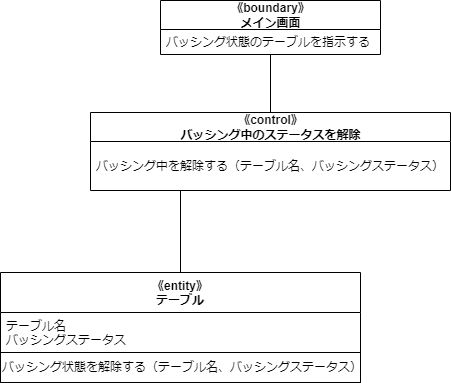
MasakiHiguchi/--- keeps this draw.io diagram as psp4/分析モデルのクラス図/分析モデルクラス図_バッシング.drawio.png. Above is the earlier version. Source tidied: cells renumbered, new cells last; positions are measured from the earlier drawing's top-left corner, leaving out a move shared by most shapes.
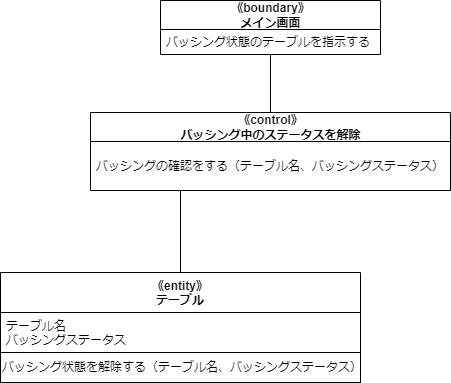
After the change.

Change to the diagram source:
```diff
@@ -14,7 +14,7 @@
     <mxCell id="5" value="《control》&lt;br&gt;バッシング中のステータスを解除" style="swimlane;fontStyle=1;align=center;verticalAlign=middle;horizontal=1;startSize=29;html=1;" parent="1" vertex="1">
       <mxGeometry x="90" y="112" width="360" height="78" as="geometry" />
     </mxCell>
-    <mxCell id="6" value="バッシング中を解除する（テーブル名、バッシングステータス）" style="text;html=1;strokeColor=none;fillColor=none;align=left;verticalAlign=middle;spacingLeft=4;spacingRight=4;overflow=hidden;" parent="5" vertex="1">
+    <mxCell id="6" value="バッシングの確認をする（テーブル名、バッシングステータス）" style="text;html=1;strokeColor=none;fillColor=none;align=left;verticalAlign=middle;spacingLeft=4;spacingRight=4;overflow=hidden;" parent="5" vertex="1">
       <mxGeometry y="29" width="360" height="49" as="geometry" />
     </mxCell>
     <mxCell id="7" style="edgeStyle=none;html=1;exitX=0.5;exitY=0;exitDx=0;exitDy=0;entryX=0.25;entryY=1;entryDx=0;entryDy=0;endArrow=none;endFill=0;" parent="1" edge="1" source="8" target="5">
```
